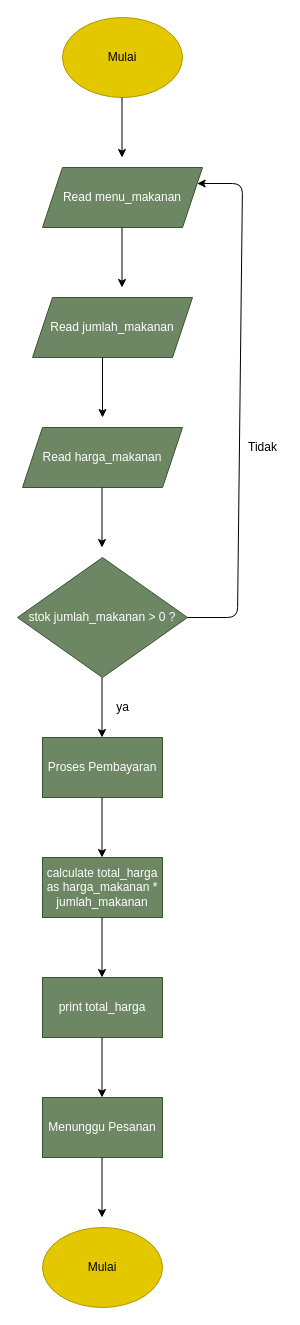
Above: flowchart-fe2848059.drawio in gabryella-apriani-sinaga/Gabryella_Apriani_Sinaga-Order_Makanan_via_Online (draw.io), before the change. Source tidied: cells renumbered, new cells numbered last; positions are measured from the earlier drawing's top-left corner, leaving out a move shared by most shapes. Both pictures are drawn from the tidied source at 100%, with x=0, y=0 at pixel (17, 17).
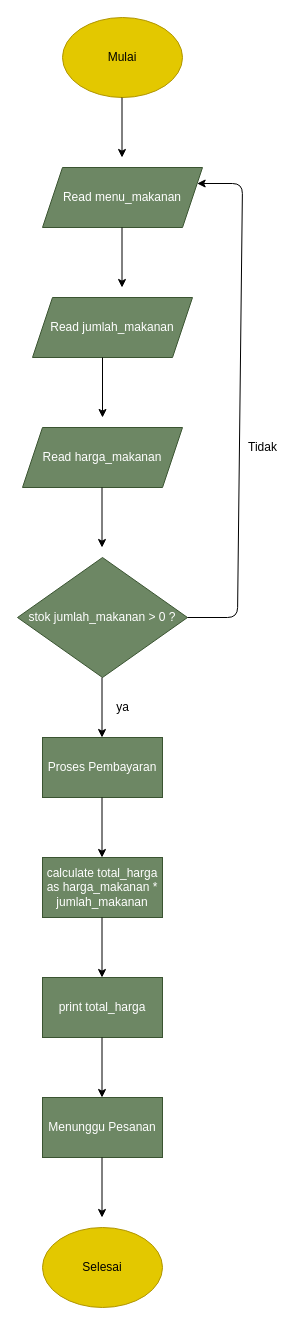
The same diagram, later.

Commit message:
memperbaiki state pada flowchart

The edit, as a diff of the source:
```diff
@@
-    <mxCell id="23" value="Mulai" style="ellipse;whiteSpace=wrap;html=1;fillColor=#e3c800;fontColor=#000000;strokeColor=#B09500;" parent="1" vertex="1">
+    <mxCell id="23" value="Selesai" style="ellipse;whiteSpace=wrap;html=1;fillColor=#e3c800;fontColor=#000000;strokeColor=#B09500;" parent="1" vertex="1">
       <mxGeometry x="25" y="1210" width="120" height="80" as="geometry" />
     </mxCell>
```
